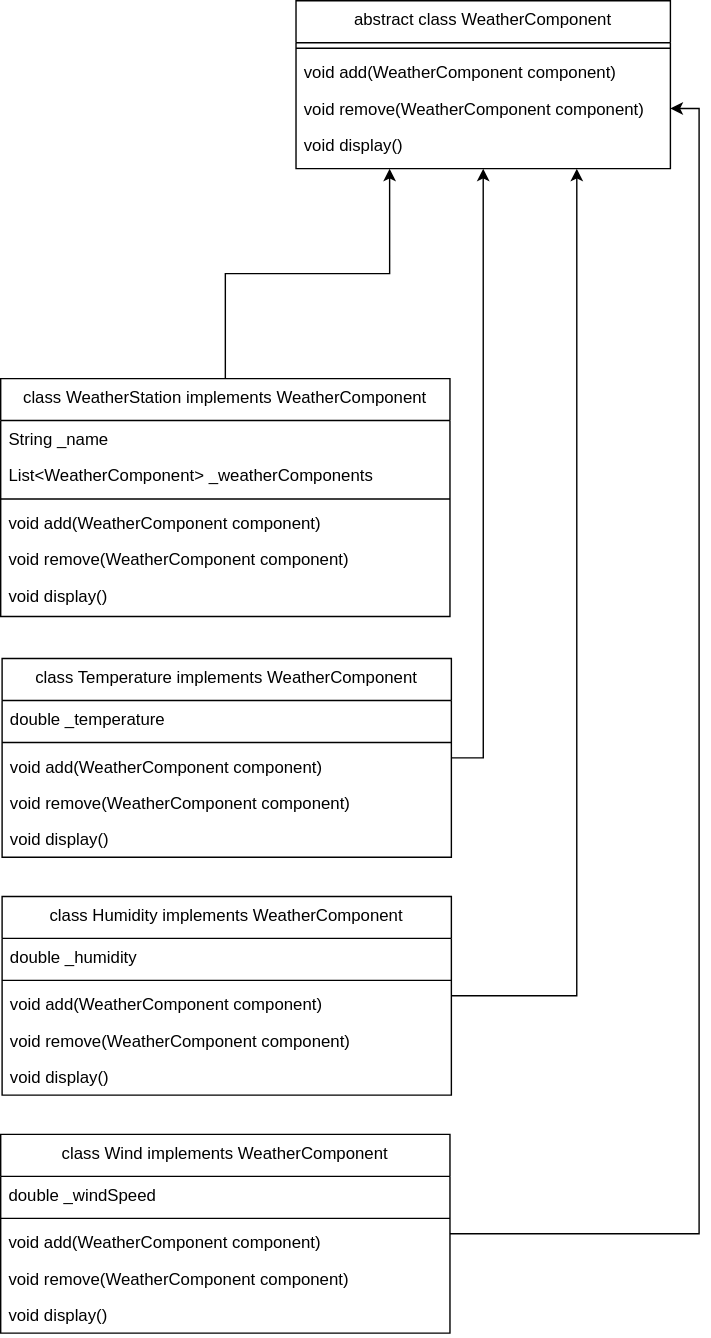
Before: patt_composite.svg, a diagram exported from draw.io (Alex-0277911/composite). Source tidied: cells renumbered, new cells last; positions are measured from the earlier drawing's top-left corner, leaving out a move shared by most shapes.
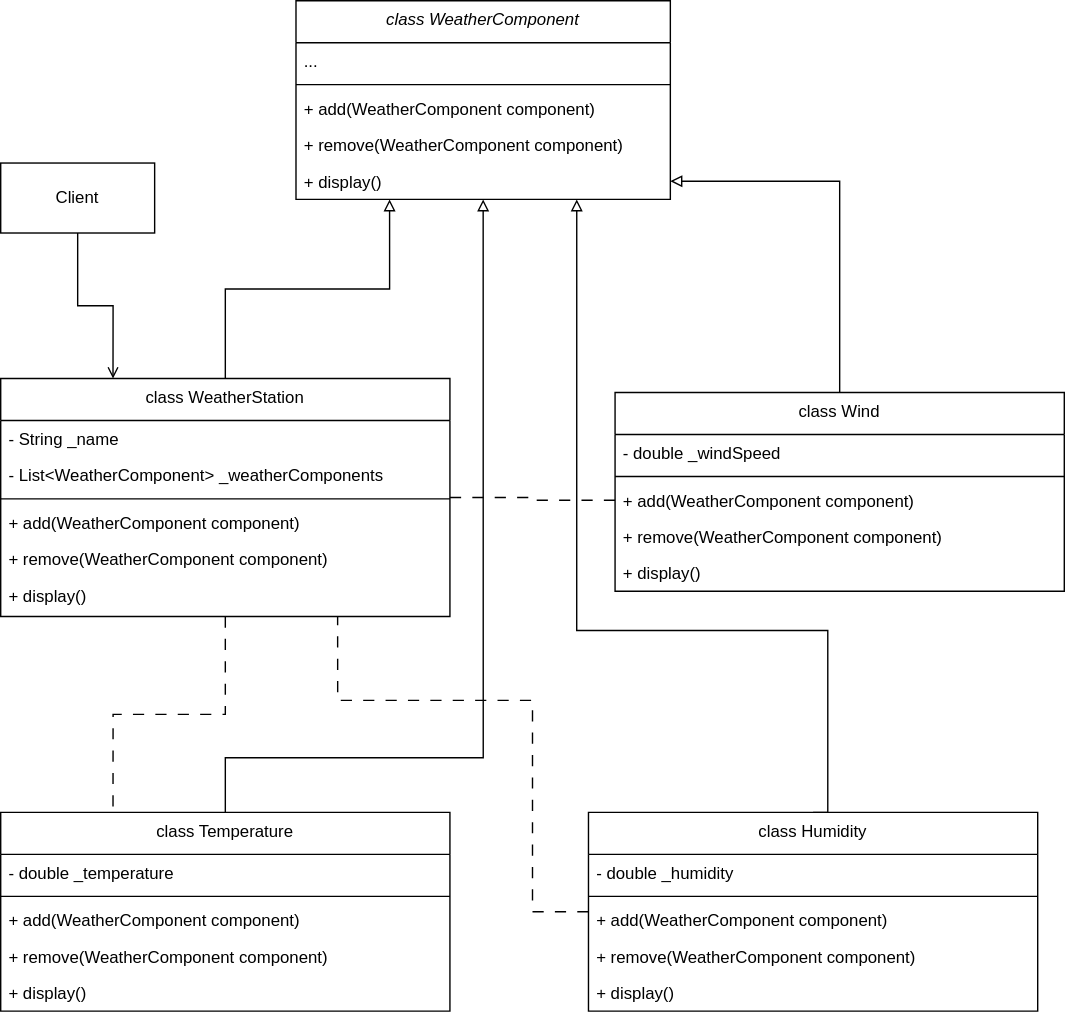
After the commit.

Diff of the diagram source:
```diff
@@ -2,120 +2,140 @@
   <root>
     <mxCell id="0" />
     <mxCell id="1" parent="0" />
-    <mxCell id="2" style="edgeStyle=orthogonalEdgeStyle;rounded=0;jettySize=auto;html=1;entryX=0.25;entryY=1;entryDx=0;entryDy=0;" parent="1" edge="1" source="3" target="10">
+    <mxCell id="2" style="edgeStyle=orthogonalEdgeStyle;rounded=0;jettySize=auto;html=1;entryX=0.25;entryY=1;entryDx=0;entryDy=0;endArrow=block;endFill=0;" parent="1" edge="1" source="3" target="10">
       <mxGeometry relative="1" as="geometry" />
     </mxCell>
+    <mxCell id="36" style="edgeStyle=orthogonalEdgeStyle;rounded=0;jettySize=auto;html=1;entryX=0.25;entryY=0;entryDx=0;entryDy=0;dashed=1;dashPattern=8 8;endArrow=none;endFill=0;" parent="1" edge="1" source="3" target="16">
+      <mxGeometry relative="1" as="geometry" />
+    </mxCell>
+    <mxCell id="37" style="edgeStyle=orthogonalEdgeStyle;rounded=0;jettySize=auto;html=1;entryX=0;entryY=0.5;entryDx=0;entryDy=0;endArrow=none;endFill=0;dashed=1;dashPattern=8 8;" parent="1" edge="1" source="3" target="33">
+      <mxGeometry relative="1" as="geometry" />
+    </mxCell>
-    <mxCell id="3" value="class WeatherStation implements WeatherComponent" style="swimlane;fontStyle=0;align=center;verticalAlign=top;horizontal=1;startSize=30;rounded=0;shadow=0;strokeWidth=1;" parent="1" vertex="1">
+    <mxCell id="3" value="class WeatherStation" style="swimlane;fontStyle=0;align=center;verticalAlign=top;horizontal=1;startSize=30;rounded=0;shadow=0;strokeWidth=1;" parent="1" vertex="1">
       <mxGeometry y="270" width="321" height="170" as="geometry" />
     </mxCell>
-    <mxCell id="4" value="String _name" style="text;align=left;verticalAlign=top;spacingLeft=4;spacingRight=4;overflow=hidden;" parent="3" vertex="1">
+    <mxCell id="4" value="- String _name" style="text;align=left;verticalAlign=top;spacingLeft=4;spacingRight=4;overflow=hidden;" parent="3" vertex="1">
       <mxGeometry y="30" width="321" height="26" as="geometry" />
     </mxCell>
-    <mxCell id="5" value="List&lt;WeatherComponent&gt; _weatherComponents" style="text;align=left;verticalAlign=top;spacingLeft=4;spacingRight=4;overflow=hidden;" parent="3" vertex="1">
+    <mxCell id="5" value="- List&lt;WeatherComponent&gt; _weatherComponents" style="text;align=left;verticalAlign=top;spacingLeft=4;spacingRight=4;overflow=hidden;" parent="3" vertex="1">
       <mxGeometry y="56" width="321" height="26" as="geometry" />
     </mxCell>
     <mxCell id="6" style="line;strokeWidth=1;fillColor=none;align=left;verticalAlign=middle;spacingTop=-1;spacingLeft=3;spacingRight=3;labelPosition=right;strokeColor=inherit;" parent="3" vertex="1">
       <mxGeometry y="82" width="321" height="8" as="geometry" />
     </mxCell>
-    <mxCell id="7" value="void add(WeatherComponent component)" style="text;align=left;verticalAlign=top;spacingLeft=4;spacingRight=4;overflow=hidden;" parent="3" vertex="1">
+    <mxCell id="7" value="+ add(WeatherComponent component)" style="text;align=left;verticalAlign=top;spacingLeft=4;spacingRight=4;overflow=hidden;" parent="3" vertex="1">
       <mxGeometry y="90" width="321" height="26" as="geometry" />
     </mxCell>
-    <mxCell id="8" value="void remove(WeatherComponent component)" style="text;align=left;verticalAlign=top;spacingLeft=4;spacingRight=4;overflow=hidden;" parent="3" vertex="1">
+    <mxCell id="8" value="+ remove(WeatherComponent component)" style="text;align=left;verticalAlign=top;spacingLeft=4;spacingRight=4;overflow=hidden;" parent="3" vertex="1">
       <mxGeometry y="116" width="321" height="26" as="geometry" />
     </mxCell>
-    <mxCell id="9" value="void display()" style="text;align=left;verticalAlign=top;spacingLeft=4;spacingRight=4;overflow=hidden;" parent="3" vertex="1">
+    <mxCell id="9" value="+ display()" style="text;align=left;verticalAlign=top;spacingLeft=4;spacingRight=4;overflow=hidden;" parent="3" vertex="1">
       <mxGeometry y="142" width="321" height="26" as="geometry" />
     </mxCell>
-    <mxCell id="10" value="abstract class WeatherComponent" style="swimlane;fontStyle=0;align=center;verticalAlign=top;horizontal=1;startSize=30;rounded=0;shadow=0;strokeWidth=1;" parent="1" vertex="1">
-      <mxGeometry x="211" width="267.5" height="120" as="geometry" />
+    <mxCell id="10" value="class WeatherComponent" style="swimlane;fontStyle=2;align=center;verticalAlign=top;horizontal=1;startSize=30;rounded=0;shadow=0;strokeWidth=1;" parent="1" vertex="1">
+      <mxGeometry x="211" width="267.5" height="142" as="geometry" />
     </mxCell>
+    <mxCell id="38" value="..." style="text;align=left;verticalAlign=top;spacingLeft=4;spacingRight=4;overflow=hidden;" parent="10" vertex="1">
+      <mxGeometry y="30" width="267.5" height="26" as="geometry" />
+    </mxCell>
     <mxCell id="11" style="line;strokeWidth=1;fillColor=none;align=left;verticalAlign=middle;spacingTop=-1;spacingLeft=3;spacingRight=3;labelPosition=right;strokeColor=inherit;" parent="10" vertex="1">
-      <mxGeometry y="30" width="267.5" height="8" as="geometry" />
+      <mxGeometry y="56" width="267.5" height="8" as="geometry" />
     </mxCell>
-    <mxCell id="12" value="void add(WeatherComponent component)" style="text;align=left;verticalAlign=top;spacingLeft=4;spacingRight=4;overflow=hidden;" parent="10" vertex="1">
-      <mxGeometry y="38" width="267.5" height="26" as="geometry" />
+    <mxCell id="12" value="+ add(WeatherComponent component)" style="text;align=left;verticalAlign=top;spacingLeft=4;spacingRight=4;overflow=hidden;" parent="10" vertex="1">
+      <mxGeometry y="64" width="267.5" height="26" as="geometry" />
     </mxCell>
-    <mxCell id="13" value="void remove(WeatherComponent component)" style="text;align=left;verticalAlign=top;spacingLeft=4;spacingRight=4;overflow=hidden;points=[[0,0.5],[1,0.5]];portConstraint=eastwest;" parent="10" vertex="1">
-      <mxGeometry y="64" width="267.5" height="26" as="geometry" />
+    <mxCell id="13" value="+ remove(WeatherComponent component)" style="text;align=left;verticalAlign=top;spacingLeft=4;spacingRight=4;overflow=hidden;points=[[0,0.5],[1,0.5]];portConstraint=eastwest;" parent="10" vertex="1">
+      <mxGeometry y="90" width="267.5" height="26" as="geometry" />
     </mxCell>
-    <mxCell id="14" value="void display()" style="text;align=left;verticalAlign=top;spacingLeft=4;spacingRight=4;overflow=hidden;points=[[0,0.5],[1,0.5]];portConstraint=eastwest;" parent="10" vertex="1">
-      <mxGeometry y="90" width="267.5" height="26" as="geometry" />
+    <mxCell id="14" value="+ display()" style="text;align=left;verticalAlign=top;spacingLeft=4;spacingRight=4;overflow=hidden;points=[[0,0.5],[1,0.5]];portConstraint=eastwest;" parent="10" vertex="1">
+      <mxGeometry y="116" width="267.5" height="26" as="geometry" />
     </mxCell>
-    <mxCell id="15" style="edgeStyle=orthogonalEdgeStyle;rounded=0;jettySize=auto;html=1;entryX=0.5;entryY=1;entryDx=0;entryDy=0;" parent="1" edge="1" source="16" target="10">
+    <mxCell id="15" style="edgeStyle=orthogonalEdgeStyle;rounded=0;jettySize=auto;html=1;entryX=0.5;entryY=1;entryDx=0;entryDy=0;endArrow=block;endFill=0;" parent="1" edge="1" source="16" target="10">
       <mxGeometry relative="1" as="geometry">
         <Array as="points">
           <mxPoint x="345" y="541" />
         </Array>
       </mxGeometry>
     </mxCell>
-    <mxCell id="16" value="class Temperature implements WeatherComponent" style="swimlane;fontStyle=0;align=center;verticalAlign=top;horizontal=1;startSize=30;rounded=0;shadow=0;strokeWidth=1;" parent="1" vertex="1">
-      <mxGeometry x="1" y="470" width="321" height="142" as="geometry" />
+    <mxCell id="16" value="class Temperature" style="swimlane;fontStyle=0;align=center;verticalAlign=top;horizontal=1;startSize=30;rounded=0;shadow=0;strokeWidth=1;" parent="1" vertex="1">
+      <mxGeometry y="580" width="321" height="142" as="geometry" />
     </mxCell>
-    <mxCell id="17" value="double _temperature" style="text;align=left;verticalAlign=top;spacingLeft=4;spacingRight=4;overflow=hidden;" parent="16" vertex="1">
+    <mxCell id="17" value="- double _temperature" style="text;align=left;verticalAlign=top;spacingLeft=4;spacingRight=4;overflow=hidden;" parent="16" vertex="1">
       <mxGeometry y="30" width="321" height="26" as="geometry" />
     </mxCell>
     <mxCell id="18" style="line;strokeWidth=1;fillColor=none;align=left;verticalAlign=middle;spacingTop=-1;spacingLeft=3;spacingRight=3;labelPosition=right;strokeColor=inherit;" parent="16" vertex="1">
       <mxGeometry y="56" width="321" height="8" as="geometry" />
     </mxCell>
-    <mxCell id="19" value="void add(WeatherComponent component)" style="text;align=left;verticalAlign=top;spacingLeft=4;spacingRight=4;overflow=hidden;" parent="16" vertex="1">
+    <mxCell id="19" value="+ add(WeatherComponent component)" style="text;align=left;verticalAlign=top;spacingLeft=4;spacingRight=4;overflow=hidden;" parent="16" vertex="1">
       <mxGeometry y="64" width="321" height="26" as="geometry" />
     </mxCell>
-    <mxCell id="20" value="void remove(WeatherComponent component)" style="text;align=left;verticalAlign=top;spacingLeft=4;spacingRight=4;overflow=hidden;" parent="16" vertex="1">
+    <mxCell id="20" value="+ remove(WeatherComponent component)" style="text;align=left;verticalAlign=top;spacingLeft=4;spacingRight=4;overflow=hidden;" parent="16" vertex="1">
       <mxGeometry y="90" width="321" height="26" as="geometry" />
     </mxCell>
-    <mxCell id="21" value="void display()" style="text;align=left;verticalAlign=top;spacingLeft=4;spacingRight=4;overflow=hidden;" parent="16" vertex="1">
+    <mxCell id="21" value="+ display()" style="text;align=left;verticalAlign=top;spacingLeft=4;spacingRight=4;overflow=hidden;" parent="16" vertex="1">
       <mxGeometry y="116" width="321" height="26" as="geometry" />
     </mxCell>
-    <mxCell id="22" style="edgeStyle=orthogonalEdgeStyle;rounded=0;jettySize=auto;html=1;entryX=0.75;entryY=1;entryDx=0;entryDy=0;" parent="1" edge="1" source="23" target="10">
+    <mxCell id="22" style="edgeStyle=orthogonalEdgeStyle;rounded=0;jettySize=auto;html=1;entryX=0.75;entryY=1;entryDx=0;entryDy=0;endArrow=block;endFill=0;exitX=0.5;exitY=0;exitDx=0;exitDy=0;" parent="1" edge="1" source="23" target="10">
       <mxGeometry relative="1" as="geometry">
         <Array as="points">
-          <mxPoint x="412" y="711" />
+          <mxPoint x="591" y="450" />
+          <mxPoint x="412" y="450" />
         </Array>
       </mxGeometry>
     </mxCell>
+    <mxCell id="39" style="edgeStyle=orthogonalEdgeStyle;rounded=0;jettySize=auto;html=1;entryX=0.75;entryY=1;entryDx=0;entryDy=0;endArrow=none;endFill=0;dashed=1;dashPattern=8 8;" parent="1" edge="1" source="23" target="3">
+      <mxGeometry relative="1" as="geometry">
+        <Array as="points">
+          <mxPoint x="380" y="651" />
+          <mxPoint x="380" y="500" />
+          <mxPoint x="241" y="500" />
+        </Array>
+      </mxGeometry>
+    </mxCell>
-    <mxCell id="23" value="class Humidity implements WeatherComponent" style="swimlane;fontStyle=0;align=center;verticalAlign=top;horizontal=1;startSize=30;rounded=0;shadow=0;strokeWidth=1;" parent="1" vertex="1">
-      <mxGeometry x="1" y="640" width="321" height="142" as="geometry" />
+    <mxCell id="23" value="class Humidity" style="swimlane;fontStyle=0;align=center;verticalAlign=top;horizontal=1;startSize=30;rounded=0;shadow=0;strokeWidth=1;" parent="1" vertex="1">
+      <mxGeometry x="420" y="580" width="321" height="142" as="geometry" />
     </mxCell>
-    <mxCell id="24" value="double _humidity" style="text;align=left;verticalAlign=top;spacingLeft=4;spacingRight=4;overflow=hidden;" parent="23" vertex="1">
+    <mxCell id="24" value="- double _humidity" style="text;align=left;verticalAlign=top;spacingLeft=4;spacingRight=4;overflow=hidden;" parent="23" vertex="1">
       <mxGeometry y="30" width="321" height="26" as="geometry" />
     </mxCell>
     <mxCell id="25" style="line;strokeWidth=1;fillColor=none;align=left;verticalAlign=middle;spacingTop=-1;spacingLeft=3;spacingRight=3;labelPosition=right;strokeColor=inherit;" parent="23" vertex="1">
       <mxGeometry y="56" width="321" height="8" as="geometry" />
     </mxCell>
-    <mxCell id="26" value="void add(WeatherComponent component)" style="text;align=left;verticalAlign=top;spacingLeft=4;spacingRight=4;overflow=hidden;" parent="23" vertex="1">
+    <mxCell id="26" value="+ add(WeatherComponent component)" style="text;align=left;verticalAlign=top;spacingLeft=4;spacingRight=4;overflow=hidden;" parent="23" vertex="1">
       <mxGeometry y="64" width="321" height="26" as="geometry" />
     </mxCell>
-    <mxCell id="27" value="void remove(WeatherComponent component)" style="text;align=left;verticalAlign=top;spacingLeft=4;spacingRight=4;overflow=hidden;" parent="23" vertex="1">
+    <mxCell id="27" value="+ remove(WeatherComponent component)" style="text;align=left;verticalAlign=top;spacingLeft=4;spacingRight=4;overflow=hidden;" parent="23" vertex="1">
       <mxGeometry y="90" width="321" height="26" as="geometry" />
     </mxCell>
-    <mxCell id="28" value="void display()" style="text;align=left;verticalAlign=top;spacingLeft=4;spacingRight=4;overflow=hidden;" parent="23" vertex="1">
+    <mxCell id="28" value="+ display()" style="text;align=left;verticalAlign=top;spacingLeft=4;spacingRight=4;overflow=hidden;" parent="23" vertex="1">
       <mxGeometry y="116" width="321" height="26" as="geometry" />
     </mxCell>
-    <mxCell id="29" style="edgeStyle=orthogonalEdgeStyle;rounded=0;jettySize=auto;html=1;entryX=1;entryY=0.5;entryDx=0;entryDy=0;" parent="1" edge="1" source="30" target="13">
-      <mxGeometry relative="1" as="geometry">
-        <Array as="points">
-          <mxPoint x="499" y="881" />
-          <mxPoint x="499" y="77" />
-        </Array>
-      </mxGeometry>
-    </mxCell>
+    <mxCell id="40" style="edgeStyle=orthogonalEdgeStyle;rounded=0;jettySize=auto;html=1;entryX=1;entryY=0.5;entryDx=0;entryDy=0;endArrow=block;endFill=0;" parent="1" edge="1" source="30" target="14">
+      <mxGeometry relative="1" as="geometry" />
+    </mxCell>
-    <mxCell id="30" value="class Wind implements WeatherComponent" style="swimlane;fontStyle=0;align=center;verticalAlign=top;horizontal=1;startSize=30;rounded=0;shadow=0;strokeWidth=1;" parent="1" vertex="1">
-      <mxGeometry y="810" width="321" height="142" as="geometry" />
+    <mxCell id="30" value="class Wind" style="swimlane;fontStyle=0;align=center;verticalAlign=top;horizontal=1;startSize=30;rounded=0;shadow=0;strokeWidth=1;" parent="1" vertex="1">
+      <mxGeometry x="439" y="280" width="321" height="142" as="geometry" />
     </mxCell>
-    <mxCell id="31" value="double _windSpeed" style="text;align=left;verticalAlign=top;spacingLeft=4;spacingRight=4;overflow=hidden;" parent="30" vertex="1">
+    <mxCell id="31" value="- double _windSpeed" style="text;align=left;verticalAlign=top;spacingLeft=4;spacingRight=4;overflow=hidden;" parent="30" vertex="1">
       <mxGeometry y="30" width="321" height="26" as="geometry" />
     </mxCell>
     <mxCell id="32" style="line;strokeWidth=1;fillColor=none;align=left;verticalAlign=middle;spacingTop=-1;spacingLeft=3;spacingRight=3;labelPosition=right;strokeColor=inherit;" parent="30" vertex="1">
       <mxGeometry y="56" width="321" height="8" as="geometry" />
     </mxCell>
-    <mxCell id="33" value="void add(WeatherComponent component)" style="text;align=left;verticalAlign=top;spacingLeft=4;spacingRight=4;overflow=hidden;points=[[0,0.5],[1,0.5]];portConstraint=eastwest;" parent="30" vertex="1">
+    <mxCell id="33" value="+ add(WeatherComponent component)" style="text;align=left;verticalAlign=top;spacingLeft=4;spacingRight=4;overflow=hidden;points=[[0,0.5],[1,0.5]];portConstraint=eastwest;" parent="30" vertex="1">
       <mxGeometry y="64" width="321" height="26" as="geometry" />
     </mxCell>
-    <mxCell id="34" value="void remove(WeatherComponent component)" style="text;align=left;verticalAlign=top;spacingLeft=4;spacingRight=4;overflow=hidden;" parent="30" vertex="1">
+    <mxCell id="34" value="+ remove(WeatherComponent component)" style="text;align=left;verticalAlign=top;spacingLeft=4;spacingRight=4;overflow=hidden;" parent="30" vertex="1">
       <mxGeometry y="90" width="321" height="26" as="geometry" />
     </mxCell>
-    <mxCell id="35" value="void display()" style="text;align=left;verticalAlign=top;spacingLeft=4;spacingRight=4;overflow=hidden;" parent="30" vertex="1">
+    <mxCell id="35" value="+ display()" style="text;align=left;verticalAlign=top;spacingLeft=4;spacingRight=4;overflow=hidden;" parent="30" vertex="1">
       <mxGeometry y="116" width="321" height="26" as="geometry" />
     </mxCell>
+    <mxCell id="41" style="edgeStyle=orthogonalEdgeStyle;rounded=0;jettySize=auto;html=1;entryX=0.25;entryY=0;entryDx=0;entryDy=0;endArrow=open;endFill=0;" parent="1" edge="1" source="42" target="3">
+      <mxGeometry relative="1" as="geometry" />
+    </mxCell>
+    <mxCell id="42" value="Client" style="html=1;whiteSpace=wrap;" parent="1" vertex="1">
+      <mxGeometry y="116" width="110" height="50" as="geometry" />
+    </mxCell>
   </root>
 </mxGraphModel>
```
